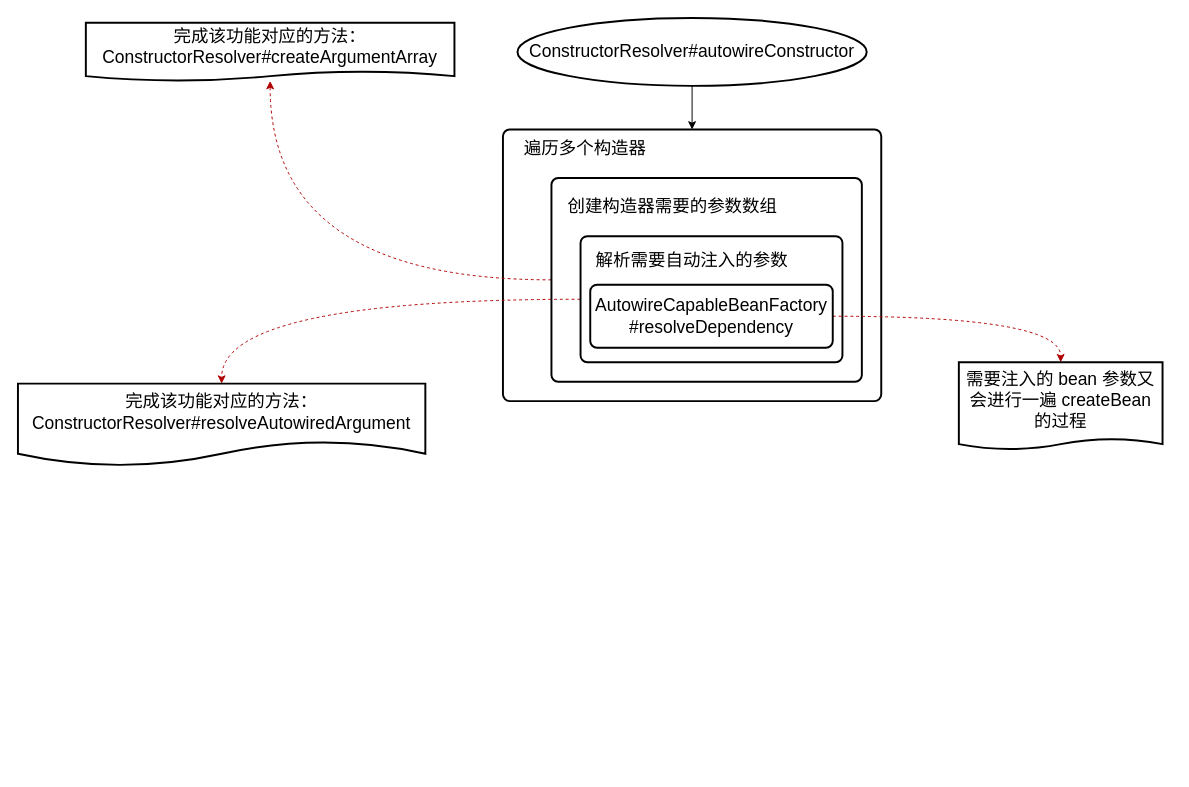
This is spring/构造器注入autowireConstructor执行流程.drawio from GitHeP/diagrams, a draw.io file, before an edit. Source tidied: cells renumbered, new cells numbered last; positions are measured from the earlier drawing's top-left corner, leaving out a move shared by most shapes. Both pictures are drawn from the tidied source at 97%, with x=0, y=0 at pixel (17, 17).
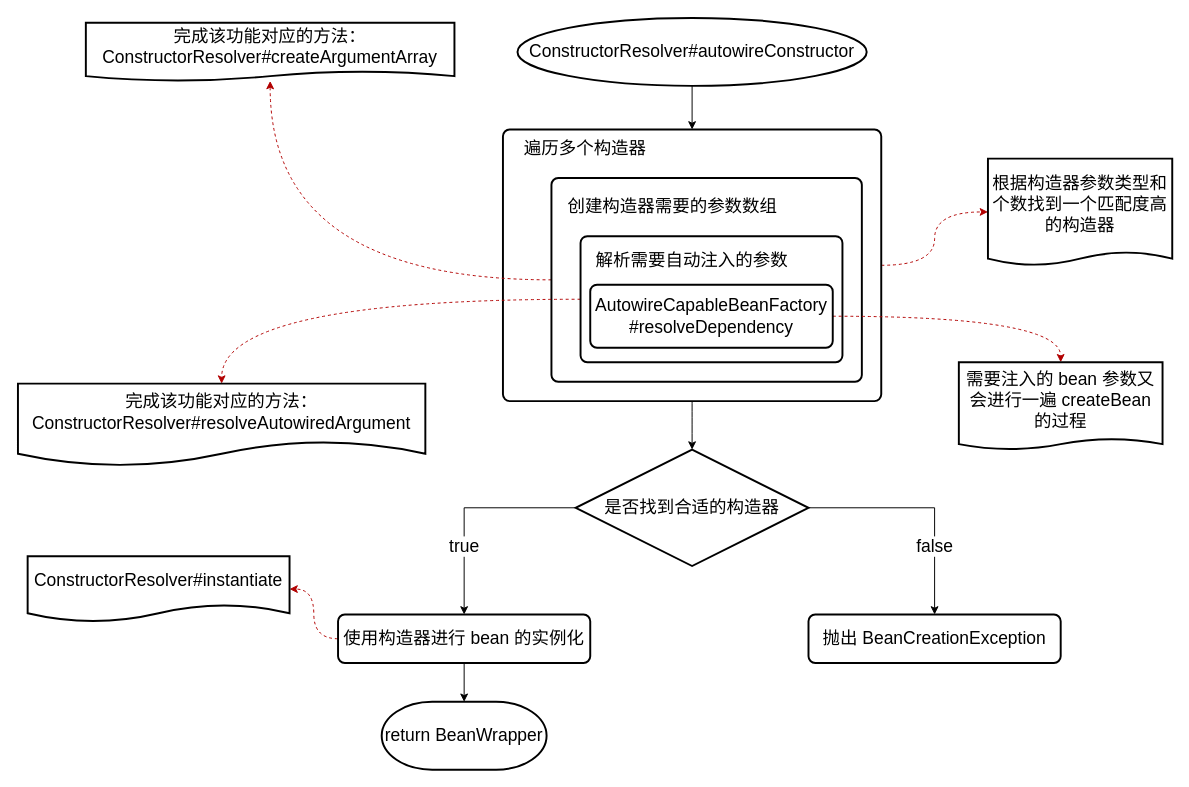
Above is the later version.

Commit message (it also covers changes not shown here):
更新构造器注入autowireConstructor执行流程.drawio

Unchanged cells that the change refers to:
```xml
<mxCell id="4" style="rounded=1;whiteSpace=wrap;html=1;absoluteArcSize=1;arcSize=14;strokeWidth=2;fontSize=18;" parent="1" vertex="1">
  <mxGeometry x="500" y="115" width="390" height="280" as="geometry" />
</mxCell>
```

The edit, as a diff of the source:
```diff
@@
+    <mxCell id="17" style="edgeStyle=orthogonalEdgeStyle;jettySize=auto;html=1;fontSize=18;curved=1;fillColor=#e51400;strokeColor=#B20000;dashed=1;" parent="1" edge="1" source="4" target="19">
+      <mxGeometry relative="1" as="geometry" />
+    </mxCell>
+    <mxCell id="18" style="edgeStyle=orthogonalEdgeStyle;curved=1;jettySize=auto;html=1;entryX=0.5;entryY=0;entryDx=0;entryDy=0;entryPerimeter=0;fontSize=18;" parent="1" edge="1" source="4" target="22">
+      <mxGeometry relative="1" as="geometry" />
+    </mxCell>
@@
+    <mxCell id="19" value="根据构造器参数类型和个数找到一个匹配度高的构造器" style="shape=document;whiteSpace=wrap;html=1;boundedLbl=1;fontSize=18;rounded=1;arcSize=14;strokeWidth=2;size=0.125;" parent="1" vertex="1">
+      <mxGeometry x="1000" y="145" width="190" height="110" as="geometry" />
+    </mxCell>
+    <mxCell id="20" value="true" style="edgeStyle=orthogonalEdgeStyle;jettySize=auto;html=1;fontSize=18;rounded=0;exitX=0;exitY=0.5;exitDx=0;exitDy=0;exitPerimeter=0;" parent="1" edge="1" source="22" target="25">
+      <mxGeometry x="0.38" relative="1" as="geometry" />
+    </mxCell>
+    <mxCell id="21" value="false" style="edgeStyle=orthogonalEdgeStyle;rounded=0;jettySize=auto;html=1;fontSize=18;exitX=1;exitY=0.5;exitDx=0;exitDy=0;exitPerimeter=0;" parent="1" edge="1" source="22" target="26">
+      <mxGeometry x="0.42" relative="1" as="geometry" />
+    </mxCell>
+    <mxCell id="22" value="是否找到合适的构造器" style="strokeWidth=2;html=1;shape=mxgraph.flowchart.decision;whiteSpace=wrap;fontSize=18;" parent="1" vertex="1">
+      <mxGeometry x="575" y="445" width="240" height="120" as="geometry" />
+    </mxCell>
+    <mxCell id="23" style="edgeStyle=orthogonalEdgeStyle;rounded=0;jettySize=auto;html=1;entryX=0.5;entryY=0;entryDx=0;entryDy=0;entryPerimeter=0;fontSize=18;" parent="1" edge="1" source="25" target="27">
+      <mxGeometry relative="1" as="geometry" />
+    </mxCell>
+    <mxCell id="24" style="edgeStyle=orthogonalEdgeStyle;jettySize=auto;html=1;fontSize=18;curved=1;fillColor=#e51400;strokeColor=#B20000;dashed=1;" parent="1" edge="1" source="25" target="28">
+      <mxGeometry relative="1" as="geometry" />
+    </mxCell>
+    <mxCell id="25" value="使用构造器进行 bean 的实例化" style="rounded=1;whiteSpace=wrap;html=1;absoluteArcSize=1;arcSize=14;strokeWidth=2;fontSize=18;" parent="1" vertex="1">
+      <mxGeometry x="330" y="615" width="260" height="50" as="geometry" />
+    </mxCell>
+    <mxCell id="26" value="抛出&amp;nbsp;BeanCreationException" style="rounded=1;whiteSpace=wrap;html=1;absoluteArcSize=1;arcSize=14;strokeWidth=2;fontSize=18;" parent="1" vertex="1">
+      <mxGeometry x="815" y="615" width="260" height="50" as="geometry" />
+    </mxCell>
+    <mxCell id="27" value="return&amp;nbsp;BeanWrapper" style="strokeWidth=2;html=1;shape=mxgraph.flowchart.terminator;whiteSpace=wrap;fontSize=18;" parent="1" vertex="1">
+      <mxGeometry x="375" y="705" width="170" height="70" as="geometry" />
+    </mxCell>
+    <mxCell id="28" value="ConstructorResolver#instantiate" style="shape=document;whiteSpace=wrap;html=1;boundedLbl=1;fontSize=18;rounded=1;arcSize=14;strokeWidth=2;size=0.2619047619047619;" parent="1" vertex="1">
+      <mxGeometry x="10" y="555" width="270" height="67.5" as="geometry" />
+    </mxCell>
```
